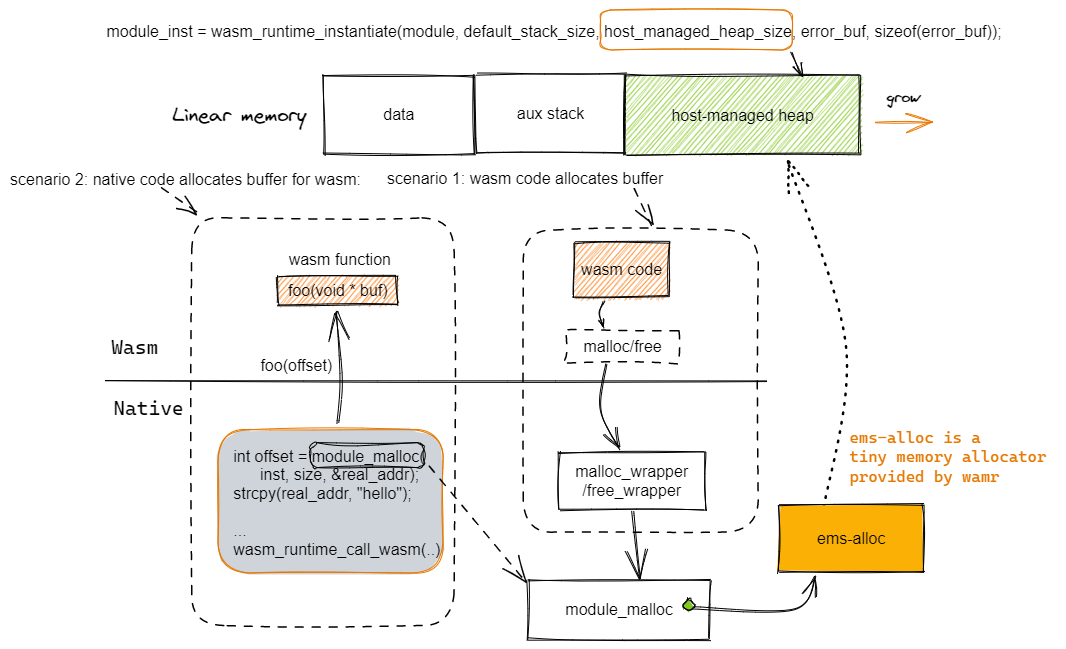
This is content/en/blog/understand_wamr_heap/host_managed_heap.excalidraw.png from bytecodealliance/wamr.dev, a Excalidraw export, as it was before one commit. Source tidied: one line per element, renumbered; positions are measured from the earlier drawing's top-left corner, leaving out a move shared by most shapes.
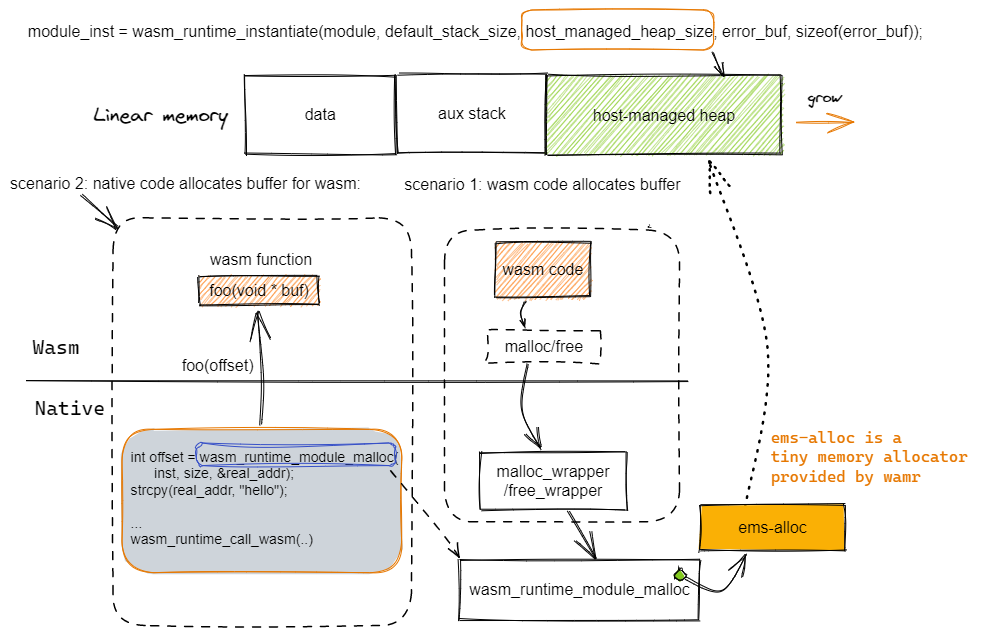
The same diagram one commit later.

Commit message:
heap blog: minor rewording (#17)

The edit, as a diff of the source:
```diff
@@ -15,33 +15,33 @@
 {"id": 14, "type": "rectangle", "strokeColor": "#000000", "strokeWidth": 1, "roughness": 1, "x": 549, "y": 442, "width": 146, "height": 57}
 {"id": 15, "type": "text", "text": "malloc_wrapper\n/free_wrapper", "strokeColor": "#000000", "strokeWidth": 1, "roughness": 1, "fontSize": 16, "fontFamily": 2, "textAlign": "center", "verticalAlign": "middle", "inside": 14, "x": 565, "y": 452, "width": 114, "height": 38}
 {"id": 16, "type": "arrow", "strokeColor": "#000000", "strokeWidth": 1, "roughness": 1, "endArrowhead": "arrow", "round": true, "from": 8, "to": 14, "x": 596, "y": 353, "width": 18, "height": 86, "points": [[0, 0], [-5, 47], [14, 86]]}
-{"id": 17, "type": "rectangle", "strokeColor": "#000000", "backgroundColor": "#fab005", "fillStyle": "solid", "strokeWidth": 1, "roughness": 1, "x": 769, "y": 495, "width": 145, "height": 68}
+{"id": 17, "type": "rectangle", "strokeColor": "#000000", "backgroundColor": "#fab005", "fillStyle": "solid", "strokeWidth": 1, "roughness": 1, "x": 769, "y": 495, "width": 145, "height": 46}
-{"id": 18, "type": "text", "text": "ems-alloc", "strokeColor": "#000000", "strokeWidth": 1, "roughness": 1, "fontSize": 16, "fontFamily": 2, "textAlign": "center", "verticalAlign": "middle", "inside": 17, "x": 806, "y": 519, "width": 70, "height": 19}
+{"id": 18, "type": "text", "text": "ems-alloc", "strokeColor": "#000000", "strokeWidth": 1, "roughness": 1, "fontSize": 16, "fontFamily": 2, "textAlign": "center", "verticalAlign": "middle", "inside": 17, "x": 806, "y": 508, "width": 70, "height": 19}
-{"id": 19, "type": "arrow", "strokeColor": "#000000", "strokeWidth": 1, "roughness": 1, "endArrowhead": "arrow", "from": 14, "to": 20, "x": 622, "y": 502, "width": 7, "height": 66, "points": [[0, 0], [7, 66]]}
+{"id": 19, "type": "arrow", "strokeColor": "#000000", "strokeWidth": 1, "roughness": 1, "endArrowhead": "arrow", "from": 14, "to": 20, "x": 637, "y": 502, "width": 28, "height": 46, "points": [[0, 0], [28, 46]]}
-{"id": 20, "type": "rectangle", "strokeColor": "#000000", "strokeWidth": 1, "roughness": 1, "x": 519, "y": 570, "width": 181, "height": 59}
+{"id": 20, "type": "rectangle", "strokeColor": "#000000", "strokeWidth": 1, "roughness": 1, "x": 529, "y": 550, "width": 239, "height": 60}
-{"id": 21, "type": "text", "text": "module_malloc", "strokeColor": "#000000", "strokeWidth": 1, "roughness": 1, "fontSize": 16, "fontFamily": 2, "textAlign": "center", "verticalAlign": "middle", "inside": 20, "x": 554, "y": 590, "width": 110, "height": 19}
+{"id": 21, "type": "text", "text": "wasm_runtime_module_malloc", "strokeColor": "#000000", "strokeWidth": 1, "roughness": 1, "fontSize": 16, "fontFamily": 2, "textAlign": "center", "verticalAlign": "middle", "inside": 20, "x": 537, "y": 570, "width": 223, "height": 19}
-{"id": 22, "type": "arrow", "strokeColor": "#000000", "strokeWidth": 1, "roughness": 1, "endArrowhead": "arrow", "round": true, "to": 17, "x": 683, "y": 598, "width": 123, "height": 34, "points": [[0, 0], [101, 2], [123, -32]]}
+{"id": 22, "type": "arrow", "strokeColor": "#000000", "strokeWidth": 1, "roughness": 1, "endArrowhead": "arrow", "round": true, "from": 46, "to": 17, "x": 754, "y": 568, "width": 61, "height": 37, "points": [[0, 0], [36, 13], [61, -24]]}
-{"id": 23, "type": "arrow", "strokeColor": "#000000", "backgroundColor": "#fd7e14", "fillStyle": "hachure", "strokeWidth": 1, "roughness": 1, "endArrowhead": "arrow", "round": true, "from": 40, "to": 25, "x": 328, "y": 414, "width": 5, "height": 113, "points": [[0, 0], [3, -44], [-2, -113]]}
+{"id": 23, "type": "arrow", "strokeColor": "#000000", "backgroundColor": "#fd7e14", "fillStyle": "hachure", "strokeWidth": 1, "roughness": 1, "endArrowhead": "arrow", "round": true, "from": 40, "to": 25, "x": 329, "y": 415, "width": 5, "height": 115, "points": [[0, 0], [2, -46], [-3, -115]]}
 {"id": 24, "type": "text", "text": "foo(offset)", "strokeColor": "#000000", "backgroundColor": "#fd7e14", "fillStyle": "hachure", "strokeWidth": 1, "roughness": 1, "fontSize": 16, "fontFamily": 2, "x": 250, "y": 346, "width": 74, "height": 19}
 {"id": 25, "type": "rectangle", "strokeColor": "#000000", "backgroundColor": "#fd7e14", "fillStyle": "hachure", "strokeWidth": 1, "roughness": 1, "x": 268, "y": 266, "width": 119, "height": 29}
 {"id": 26, "type": "text", "text": "foo(void * buf)", "strokeColor": "#000000", "strokeWidth": 1, "roughness": 1, "fontSize": 16, "fontFamily": 2, "textAlign": "center", "verticalAlign": "middle", "inside": 25, "x": 277, "y": 271, "width": 102, "height": 19}
 {"id": 27, "type": "text", "text": "Wasm", "strokeColor": "#000000", "strokeWidth": 1, "roughness": 1, "fontSize": 20, "fontFamily": 3, "x": 101, "y": 325, "width": 49, "height": 24}
-{"id": 28, "type": "text", "text": "scenario 1: wasm code allocates buffer", "strokeColor": "#000000", "backgroundColor": "#82c91e", "fillStyle": "hachure", "strokeWidth": 4, "roughness": 1, "fontSize": 16, "fontFamily": 2, "x": 377, "y": 159, "width": 278, "height": 19}
+{"id": 28, "type": "text", "text": "scenario 1: wasm code allocates buffer", "strokeColor": "#000000", "backgroundColor": "#82c91e", "fillStyle": "hachure", "strokeWidth": 4, "roughness": 1, "fontSize": 16, "fontFamily": 2, "x": 473, "y": 165, "width": 278, "height": 19}
 {"id": 29, "type": "text", "text": "wasm function", "strokeColor": "#000000", "backgroundColor": "#82c91e", "fillStyle": "hachure", "strokeWidth": 1, "strokeStyle": "dashed", "roughness": 1, "fontSize": 16, "fontFamily": 2, "x": 279, "y": 240, "width": 104, "height": 19}
-{"id": 30, "type": "rectangle", "strokeColor": "#000000", "strokeWidth": 1, "strokeStyle": "dashed", "roughness": 1, "round": true, "x": 513, "y": 220, "width": 235, "height": 302}
+{"id": 30, "type": "rectangle", "strokeColor": "#000000", "strokeWidth": 1, "strokeStyle": "dashed", "roughness": 1, "round": true, "x": 513, "y": 220, "width": 235, "height": 292}
-{"id": 31, "type": "arrow", "strokeColor": "#000000", "strokeWidth": 1, "strokeStyle": "dashed", "roughness": 1, "endArrowhead": "arrow", "round": true, "from": 28, "to": 30, "x": 625, "y": 180, "width": 17, "height": 36, "points": [[0, 0], [17, 36]]}
+{"id": 31, "type": "arrow", "strokeColor": "#000000", "strokeWidth": 1, "roughness": 1, "endArrowhead": "arrow", "round": true, "from": 30, "to": 30, "x": 719, "y": 216, "width": 0, "height": 0, "points": [[0, 0], [0, 0]]}
-{"id": 32, "type": "rectangle", "strokeColor": "#000000", "strokeWidth": 1, "strokeStyle": "dashed", "roughness": 1, "round": true, "x": 182, "y": 208, "width": 262, "height": 408}
+{"id": 32, "type": "rectangle", "strokeColor": "#000000", "strokeWidth": 1, "strokeStyle": "dashed", "roughness": 1, "round": true, "x": 182, "y": 208, "width": 298, "height": 408}
-{"id": 33, "type": "text", "text": "scenario 2: native code allocates buffer for wasm:\n", "strokeColor": "#000000", "backgroundColor": "#82c91e", "fillStyle": "hachure", "strokeWidth": 4, "roughness": 1, "fontSize": 16, "fontFamily": 2, "x": 0, "y": 160, "width": 352, "height": 37}
+{"id": 33, "type": "text", "text": "scenario 2: native code allocates buffer for wasm:\n", "strokeColor": "#000000", "backgroundColor": "#82c91e", "fillStyle": "hachure", "strokeWidth": 4, "roughness": 1, "fontSize": 16, "fontFamily": 2, "x": 79, "y": 164, "width": 352, "height": 37}
-{"id": 34, "type": "arrow", "strokeColor": "#000000", "strokeWidth": 1, "strokeStyle": "dashed", "roughness": 1, "endArrowhead": "arrow", "round": true, "from": 32, "to": 33, "x": 152, "y": 178, "width": 35, "height": 25, "points": [[0, 0], [35, 25]]}
+{"id": 34, "type": "arrow", "strokeColor": "#000000", "strokeWidth": 1, "roughness": 1, "endArrowhead": "arrow", "round": true, "to": 33, "x": 149, "y": 186, "width": 37, "height": 31, "points": [[0, 0], [37, 31]]}
 {"id": 35, "type": "text", "text": "module_inst = wasm_runtime_instantiate(module, default_stack_size, host_managed_heap_size, error_buf, sizeof(error_buf));", "strokeColor": "#000000", "strokeWidth": 1, "strokeStyle": "dashed", "roughness": 1, "fontSize": 16, "fontFamily": 2, "x": 96, "y": 12, "width": 897, "height": 19}
 {"id": 36, "type": "rectangle", "strokeColor": "#e67700", "strokeWidth": 1, "roughness": 1, "round": true, "x": 591, "y": 0, "width": 192, "height": 40}
 {"id": 37, "type": "arrow", "strokeColor": "#000000", "strokeWidth": 1, "roughness": 1, "endArrowhead": "arrow", "round": true, "from": 36, "x": 782, "y": 41, "width": 9, "height": 25, "points": [[0, 0], [9, 25]]}
 {"id": 38, "type": "text", "text": "ems-alloc is a \ntiny memory allocator \nprovided by wamr", "strokeColor": "#e67700", "strokeWidth": 1, "roughness": 1, "fontSize": 16, "fontFamily": 3, "x": 839, "y": 418, "width": 207, "height": 58}
-{"id": 39, "type": "rectangle", "strokeColor": "#e67700", "backgroundColor": "#ced4da", "fillStyle": "solid", "strokeWidth": 1, "roughness": 1, "round": true, "x": 208, "y": 420, "width": 225, "height": 143}
+{"id": 39, "type": "rectangle", "strokeColor": "#e67700", "backgroundColor": "#ced4da", "fillStyle": "solid", "strokeWidth": 1, "roughness": 1, "round": true, "x": 191, "y": 419, "width": 280, "height": 143}
-{"id": 40, "type": "text", "text": "int offset = module_malloc(\n      inst, size, &real_addr);\nstrcpy(real_addr, \"hello\");\n\n...\nwasm_runtime_call_wasm(..)\n", "strokeColor": "#000000", "backgroundColor": "#82c91e", "fillStyle": "hachure", "strokeWidth": 4, "roughness": 1, "fontSize": 16, "fontFamily": 2, "x": 223, "y": 437, "width": 208, "height": 131}
+{"id": 40, "type": "text", "text": "int offset = wasm_runtime_module_malloc(\n      inst, size, &real_addr);\nstrcpy(real_addr, \"hello\");\n\n...\nwasm_runtime_call_wasm(..)\n", "strokeColor": "#000000", "backgroundColor": "#82c91e", "fillStyle": "hachure", "strokeWidth": 4, "roughness": 1, "fontSize": 14.09, "fontFamily": 2, "x": 199, "y": 439, "width": 269, "height": 115}
-{"id": 41, "type": "rectangle", "strokeColor": "#000000", "strokeWidth": 1, "roughness": 2, "round": true, "x": 301, "y": 433, "width": 113, "height": 25}
+{"id": 41, "type": "rectangle", "strokeColor": "#364fc7", "strokeWidth": 1, "roughness": 2, "round": true, "x": 265, "y": 433, "width": 199, "height": 23}
-{"id": 42, "type": "arrow", "strokeColor": "#000000", "strokeWidth": 1, "strokeStyle": "dashed", "roughness": 1, "endArrowhead": "arrow", "round": true, "from": 41, "to": 20, "x": 418, "y": 455, "width": 99, "height": 118, "points": [[0, 0], [99, 118]]}
+{"id": 42, "type": "arrow", "strokeColor": "#000000", "strokeWidth": 1, "strokeStyle": "dashed", "roughness": 1, "endArrowhead": "arrow", "round": true, "from": 41, "to": 20, "x": 458, "y": 460, "width": 70, "height": 88, "points": [[0, 0], [52, 63], [70, 88]]}
 {"id": 43, "type": "text", "text": "Linear memory", "strokeColor": "#000000", "strokeWidth": 1, "roughness": 1, "fontSize": 20, "fontFamily": 1, "x": 162, "y": 93, "width": 136, "height": 25}
 {"id": 44, "type": "arrow", "strokeColor": "#e67700", "strokeWidth": 1, "roughness": 1, "endArrowhead": "arrow", "from": 45, "to": 45, "x": 865, "y": 113, "width": 57, "height": 0, "points": [[0, 0], [57, 0]]}
 {"id": 45, "type": "text", "text": "grow", "strokeColor": "#000000", "strokeWidth": 1, "roughness": 1, "fontSize": 16, "fontFamily": 1, "x": 876, "y": 78, "width": 36, "height": 20}
-{"id": 46, "type": "diamond", "strokeColor": "#000000", "backgroundColor": "#82c91e", "fillStyle": "solid", "strokeWidth": 1, "roughness": 1, "round": true, "x": 672, "y": 589, "width": 13, "height": 13}
+{"id": 46, "type": "diamond", "strokeColor": "#000000", "backgroundColor": "#82c91e", "fillStyle": "solid", "strokeWidth": 1, "roughness": 1, "round": true, "x": 742, "y": 559, "width": 13, "height": 13}
```
